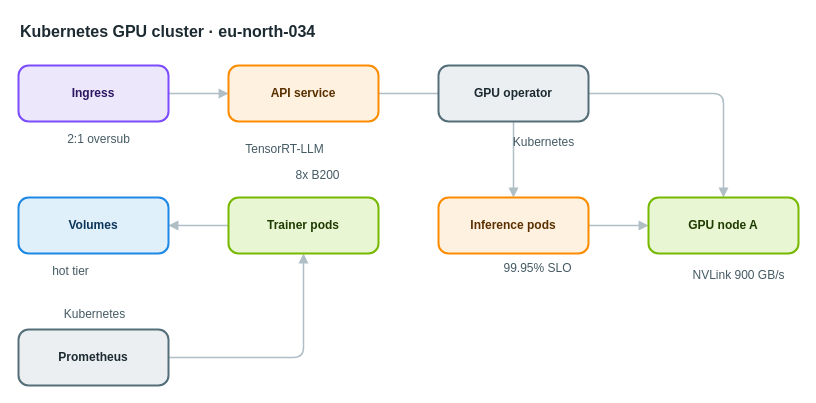
Earlier version of the draw.io diagram apps/web/public/samples/library/034-kubernetes-gpu-cluster.drawio (AryanG01/open-apprentice). Source tidied: cells renumbered, new cells numbered last; positions are measured from the earlier drawing's top-left corner, leaving out a move shared by most shapes. Both pictures are drawn from the tidied source at 100%, with x=0, y=0 at pixel (18, 17).
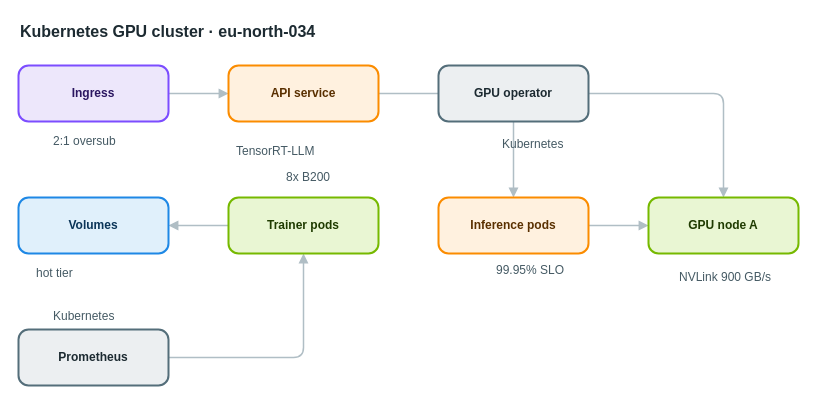
The same page after the edit.

The edit, as a diff of the source:
```diff
@@
-    <mxCell id="17" value="2:1 oversub" style="text;html=1;align=center;verticalAlign=middle;whiteSpace=nowrap;strokeColor=none;fillColor=none;fontSize=12;fontColor=#455a64;" parent="1" vertex="1">
+    <mxCell id="17" value="2:1 oversub" style="text;html=1;align=left;verticalAlign=top;whiteSpace=nowrap;spacing=0;spacingTop=0;strokeColor=none;fillColor=none;fontSize=12;fontColor=#455a64;" parent="1" vertex="1">
       <mxGeometry x="35" y="112" width="89" height="20" as="geometry" />
     </mxCell>
-    <mxCell id="18" value="TensorRT-LLM" style="text;html=1;align=center;verticalAlign=middle;whiteSpace=nowrap;strokeColor=none;fillColor=none;fontSize=12;fontColor=#455a64;" parent="1" vertex="1">
+    <mxCell id="18" value="TensorRT-LLM" style="text;html=1;align=left;verticalAlign=top;whiteSpace=nowrap;spacing=0;spacingTop=0;strokeColor=none;fillColor=none;fontSize=12;fontColor=#455a64;" parent="1" vertex="1">
       <mxGeometry x="218" y="122" width="96" height="20" as="geometry" />
     </mxCell>
-    <mxCell id="19" value="Kubernetes" style="text;html=1;align=center;verticalAlign=middle;whiteSpace=nowrap;strokeColor=none;fillColor=none;fontSize=12;fontColor=#455a64;" parent="1" vertex="1">
+    <mxCell id="19" value="Kubernetes" style="text;html=1;align=left;verticalAlign=top;whiteSpace=nowrap;spacing=0;spacingTop=0;strokeColor=none;fillColor=none;fontSize=12;fontColor=#455a64;" parent="1" vertex="1">
       <mxGeometry x="484" y="115" width="82" height="20" as="geometry" />
     </mxCell>
-    <mxCell id="20" value="8x B200" style="text;html=1;align=center;verticalAlign=middle;whiteSpace=nowrap;strokeColor=none;fillColor=none;fontSize=12;fontColor=#455a64;" parent="1" vertex="1">
+    <mxCell id="20" value="8x B200" style="text;html=1;align=left;verticalAlign=top;whiteSpace=nowrap;spacing=0;spacingTop=0;strokeColor=none;fillColor=none;fontSize=12;fontColor=#455a64;" parent="1" vertex="1">
       <mxGeometry x="268" y="148" width="61" height="20" as="geometry" />
     </mxCell>
-    <mxCell id="21" value="99.95% SLO" style="text;html=1;align=center;verticalAlign=middle;whiteSpace=nowrap;strokeColor=none;fillColor=none;fontSize=12;fontColor=#455a64;" parent="1" vertex="1">
+    <mxCell id="21" value="99.95% SLO" style="text;html=1;align=left;verticalAlign=top;whiteSpace=nowrap;spacing=0;spacingTop=0;strokeColor=none;fillColor=none;fontSize=12;fontColor=#455a64;" parent="1" vertex="1">
       <mxGeometry x="478" y="241" width="82" height="20" as="geometry" />
     </mxCell>
-    <mxCell id="22" value="NVLink 900 GB/s" style="text;html=1;align=center;verticalAlign=middle;whiteSpace=nowrap;strokeColor=none;fillColor=none;fontSize=12;fontColor=#455a64;" parent="1" vertex="1">
+    <mxCell id="22" value="NVLink 900 GB/s" style="text;html=1;align=left;verticalAlign=top;whiteSpace=nowrap;spacing=0;spacingTop=0;strokeColor=none;fillColor=none;fontSize=12;fontColor=#455a64;" parent="1" vertex="1">
       <mxGeometry x="661" y="248" width="117" height="20" as="geometry" />
     </mxCell>
-    <mxCell id="23" value="hot tier" style="text;html=1;align=center;verticalAlign=middle;whiteSpace=nowrap;strokeColor=none;fillColor=none;fontSize=12;fontColor=#455a64;" parent="1" vertex="1">
+    <mxCell id="23" value="hot tier" style="text;html=1;align=left;verticalAlign=top;whiteSpace=nowrap;spacing=0;spacingTop=0;strokeColor=none;fillColor=none;fontSize=12;fontColor=#455a64;" parent="1" vertex="1">
       <mxGeometry x="18" y="244" width="68" height="20" as="geometry" />
     </mxCell>
-    <mxCell id="24" value="Kubernetes" style="text;html=1;align=center;verticalAlign=middle;whiteSpace=nowrap;strokeColor=none;fillColor=none;fontSize=12;fontColor=#455a64;" parent="1" vertex="1">
+    <mxCell id="24" value="Kubernetes" style="text;html=1;align=left;verticalAlign=top;whiteSpace=nowrap;spacing=0;spacingTop=0;strokeColor=none;fillColor=none;fontSize=12;fontColor=#455a64;" parent="1" vertex="1">
       <mxGeometry x="35" y="287" width="82" height="20" as="geometry" />
     </mxCell>
```
